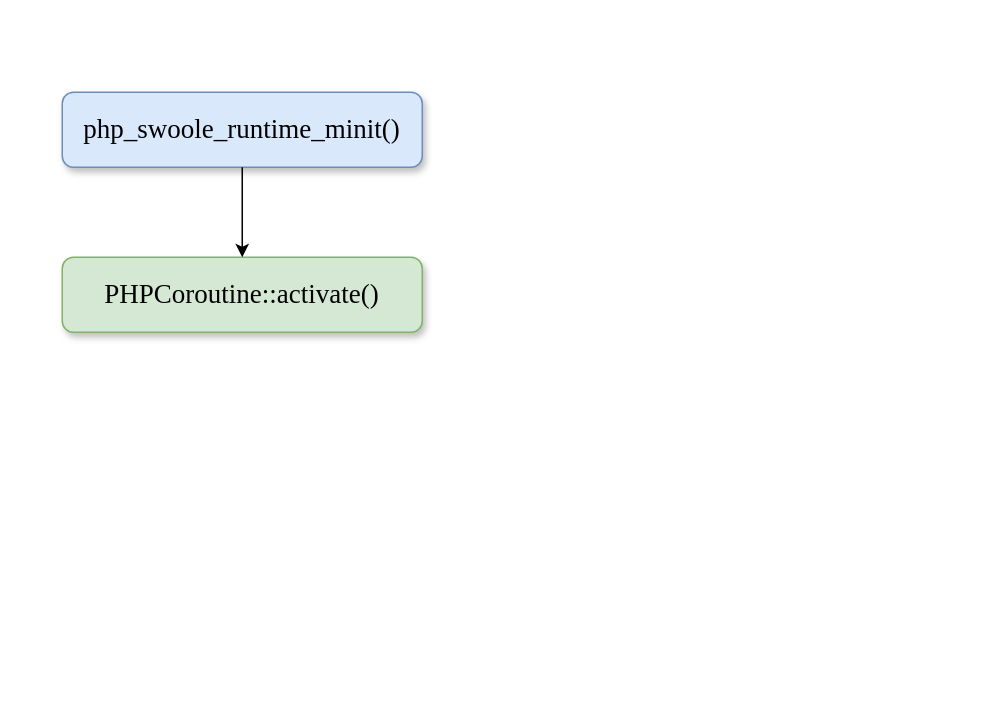
DKwingSON/myDrawIO keeps this draw.io diagram as Swoole Croc.drawio. Above is the earlier version. Source tidied: cells renumbered, new cells numbered last; positions are measured from the earlier drawing's top-left corner, leaving out a move shared by most shapes. Both pictures are drawn from the tidied source at 150%, with x=0, y=0 at pixel (62, 92).
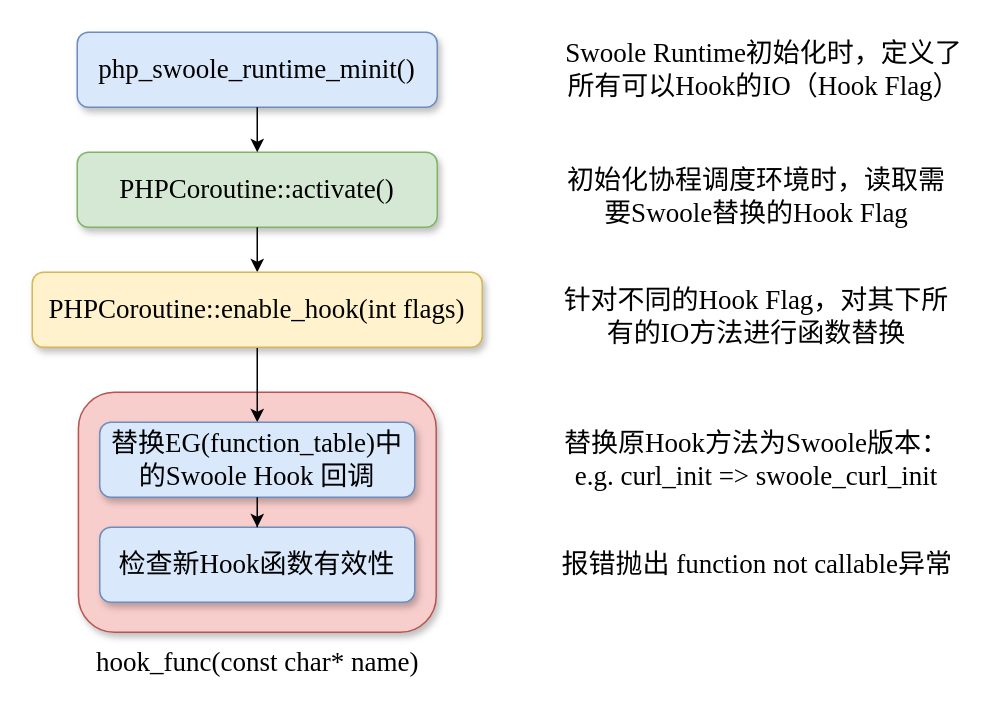
The same diagram, later.

The edit, as a diff of the source:
```diff
@@
+    <mxCell id="9" style="rounded=1;whiteSpace=wrap;html=1;fillColor=#f8cecc;strokeColor=#b85450;glass=0;shadow=1;sketch=0;" parent="1" vertex="1">
+      <mxGeometry x="10.8" y="200" width="238.5" height="160" as="geometry" />
+    </mxCell>
     <mxCell id="2" style="group;rounded=0;glass=0;sketch=0;shadow=0;" parent="1" vertex="1">
-      <mxGeometry width="240" height="50" as="geometry" />
+      <mxGeometry x="10" y="-40" width="240" height="50" as="geometry" />
     </mxCell>
-    <mxCell id="3" style="rounded=1;whiteSpace=wrap;html=1;fillColor=#dae8fc;strokeColor=#6c8ebf;glass=0;shadow=1;sketch=0;" parent="2" vertex="1">
+    <mxCell id="3" value="&lt;span style=&quot;font-family: &amp;#34;times new roman&amp;#34; ; font-size: 18px&quot;&gt;php_swoole_runtime_minit()&lt;/span&gt;" style="rounded=1;whiteSpace=wrap;html=1;fillColor=#dae8fc;strokeColor=#6c8ebf;glass=0;shadow=1;sketch=0;" parent="2" vertex="1">
       <mxGeometry width="240" height="50" as="geometry" />
     </mxCell>
-    <mxCell id="4" value="&lt;font style=&quot;font-size: 18px&quot;&gt;php_swoole_runtime_minit()&lt;/font&gt;" style="text;html=1;strokeColor=none;fillColor=none;align=center;verticalAlign=middle;whiteSpace=wrap;rounded=0;fontFamily=Times New Roman;" parent="2" vertex="1">
-      <mxGeometry x="13" y="15" width="213.9" height="20" as="geometry" />
-    </mxCell>
     <mxCell id="5" style="group;rounded=0;glass=0;sketch=0;shadow=0;" parent="1" vertex="1">
-      <mxGeometry y="110" width="240" height="50" as="geometry" />
+      <mxGeometry x="10" y="40" width="240" height="50" as="geometry" />
     </mxCell>
-    <mxCell id="6" style="rounded=1;whiteSpace=wrap;html=1;fillColor=#d5e8d4;strokeColor=#82b366;glass=0;shadow=1;sketch=0;" parent="5" vertex="1">
+    <mxCell id="6" value="&lt;span style=&quot;font-family: &amp;#34;times new roman&amp;#34; ; font-size: 18px&quot;&gt;PHPCoroutine::activate()&lt;/span&gt;" style="rounded=1;whiteSpace=wrap;html=1;fillColor=#d5e8d4;strokeColor=#82b366;glass=0;shadow=1;sketch=0;" parent="5" vertex="1">
       <mxGeometry width="240" height="50" as="geometry" />
     </mxCell>
-    <mxCell id="7" value="&lt;span style=&quot;font-size: 18px&quot;&gt;PHPCoroutine::activate()&lt;/span&gt;" style="text;html=1;strokeColor=none;fillColor=none;align=center;verticalAlign=middle;whiteSpace=wrap;rounded=0;fontFamily=Times New Roman;" parent="5" vertex="1">
-      <mxGeometry x="13" y="15" width="213.9" height="20" as="geometry" />
-    </mxCell>
@@
+    <mxCell id="10" style="edgeStyle=orthogonalEdgeStyle;rounded=0;jettySize=auto;html=1;exitX=0.5;exitY=1;exitDx=0;exitDy=0;entryX=0.5;entryY=0;entryDx=0;entryDy=0;" parent="1" edge="1" source="6" target="12">
+      <mxGeometry relative="1" as="geometry" />
+    </mxCell>
+    <mxCell id="11" style="edgeStyle=orthogonalEdgeStyle;rounded=0;jettySize=auto;html=1;exitX=0.5;exitY=1;exitDx=0;exitDy=0;entryX=0.5;entryY=0;entryDx=0;entryDy=0;" parent="1" edge="1" source="12" target="15">
+      <mxGeometry relative="1" as="geometry" />
+    </mxCell>
+    <mxCell id="12" value="&lt;span style=&quot;font-family: &amp;#34;times new roman&amp;#34; ; font-size: 18px&quot;&gt;PHPCoroutine::enable_hook(int flags)&lt;/span&gt;" style="rounded=1;whiteSpace=wrap;html=1;fillColor=#fff2cc;strokeColor=#d6b656;glass=0;shadow=1;sketch=0;" parent="1" vertex="1">
+      <mxGeometry x="-20" y="120" width="300" height="50" as="geometry" />
+    </mxCell>
+    <mxCell id="13" value="&lt;font face=&quot;Times New Roman&quot; style=&quot;font-size: 18px&quot;&gt;hook_func(const char* name)&lt;/font&gt;" style="text;html=1;strokeColor=none;fillColor=none;align=center;verticalAlign=middle;whiteSpace=wrap;rounded=0;" parent="1" vertex="1">
+      <mxGeometry x="18.5" y="370" width="223" height="20" as="geometry" />
+    </mxCell>
+    <mxCell id="14" style="group;rounded=0;glass=0;sketch=0;shadow=0;" parent="1" vertex="1">
+      <mxGeometry x="25" y="220" width="210" height="50" as="geometry" />
+    </mxCell>
+    <mxCell id="15" value="&lt;font face=&quot;times new roman&quot;&gt;&lt;span style=&quot;font-size: 18px&quot;&gt;替换EG(function_table)中的Swoole Hook 回调&lt;/span&gt;&lt;/font&gt;" style="rounded=1;whiteSpace=wrap;html=1;fillColor=#dae8fc;strokeColor=#6c8ebf;glass=0;shadow=1;sketch=0;" parent="14" vertex="1">
+      <mxGeometry width="210" height="50" as="geometry" />
+    </mxCell>
+    <mxCell id="16" style="group;rounded=0;glass=0;sketch=0;shadow=0;" parent="1" vertex="1">
+      <mxGeometry x="25" y="290" width="210" height="50" as="geometry" />
+    </mxCell>
+    <mxCell id="17" value="&lt;font face=&quot;times new roman&quot;&gt;&lt;span style=&quot;font-size: 18px&quot;&gt;检查新Hook函数有效性&lt;/span&gt;&lt;/font&gt;" style="rounded=1;whiteSpace=wrap;html=1;fillColor=#dae8fc;strokeColor=#6c8ebf;glass=0;shadow=1;sketch=0;" parent="16" vertex="1">
+      <mxGeometry width="210" height="50" as="geometry" />
+    </mxCell>
+    <mxCell id="18" style="edgeStyle=orthogonalEdgeStyle;rounded=0;jettySize=auto;html=1;" parent="1" edge="1" source="15" target="17">
+      <mxGeometry relative="1" as="geometry" />
+    </mxCell>
+    <mxCell id="19" value="&lt;font style=&quot;font-size: 18px&quot; face=&quot;Times New Roman&quot;&gt;Swoole Runtime初始化时，定义了所有可以Hook的IO（Hook Flag）&lt;/font&gt;" style="text;html=1;strokeColor=none;fillColor=none;align=center;verticalAlign=middle;whiteSpace=wrap;rounded=0;fontSize=18;" parent="1" vertex="1">
+      <mxGeometry x="333" y="-40" width="270.4" height="50" as="geometry" />
+    </mxCell>
+    <mxCell id="20" value="&lt;font face=&quot;Times New Roman&quot; style=&quot;font-size: 18px;&quot;&gt;&lt;span style=&quot;font-size: 18px;&quot;&gt;初始化协程调度环境时，读取需要Swoole替换的Hook Flag&lt;/span&gt;&lt;/font&gt;" style="text;html=1;strokeColor=none;fillColor=none;align=center;verticalAlign=middle;whiteSpace=wrap;rounded=0;fontSize=18;" parent="1" vertex="1">
+      <mxGeometry x="333" y="45" width="260" height="50" as="geometry" />
+    </mxCell>
+    <mxCell id="21" value="&lt;font face=&quot;Times New Roman&quot; style=&quot;font-size: 18px;&quot;&gt;&lt;span style=&quot;font-size: 18px;&quot;&gt;针对不同的Hook Flag，对其下所有的IO方法进行函数替换&lt;/span&gt;&lt;/font&gt;" style="text;html=1;strokeColor=none;fillColor=none;align=center;verticalAlign=middle;whiteSpace=wrap;rounded=0;fontSize=18;" parent="1" vertex="1">
+      <mxGeometry x="333" y="125" width="260" height="50" as="geometry" />
+    </mxCell>
+    <mxCell id="22" value="&lt;font face=&quot;Times New Roman&quot; style=&quot;font-size: 18px;&quot;&gt;&lt;span style=&quot;font-size: 18px;&quot;&gt;替换原Hook方法为Swoole版本：&lt;br style=&quot;font-size: 18px;&quot;&gt;e.g. curl_init =&amp;gt; swoole_curl_init&lt;br style=&quot;font-size: 18px;&quot;&gt;&lt;/span&gt;&lt;/font&gt;" style="text;html=1;strokeColor=none;fillColor=none;align=center;verticalAlign=middle;whiteSpace=wrap;rounded=0;fontSize=18;" parent="1" vertex="1">
+      <mxGeometry x="333" y="220" width="260" height="50" as="geometry" />
+    </mxCell>
+    <mxCell id="23" value="&lt;font face=&quot;Times New Roman&quot; style=&quot;font-size: 18px&quot;&gt;&lt;span style=&quot;font-size: 18px&quot;&gt;报错抛出 function not callable异常&lt;br style=&quot;font-size: 18px&quot;&gt;&lt;/span&gt;&lt;/font&gt;" style="text;html=1;strokeColor=none;fillColor=none;align=center;verticalAlign=middle;whiteSpace=wrap;rounded=0;fontSize=18;" parent="1" vertex="1">
+      <mxGeometry x="324.6" y="290" width="277" height="50" as="geometry" />
+    </mxCell>
```
